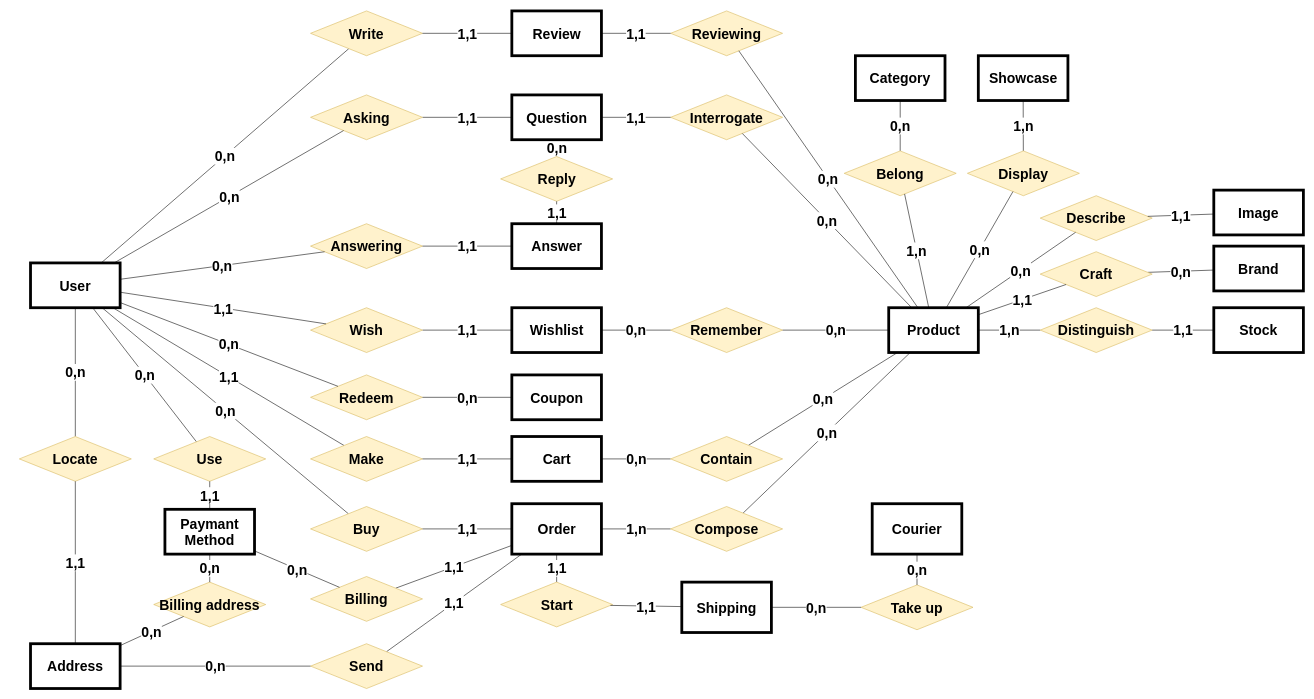
Earlier version of the draw.io diagram Tecnologie del web.drawio (Coccio98/Tecnologie-del-web). Source tidied: cells renumbered, new cells numbered last; positions are measured from the earlier drawing's top-left corner, leaving out a move shared by most shapes. Both pictures are drawn from the tidied source at 56%, with x=0, y=0 at pixel (19, 11).
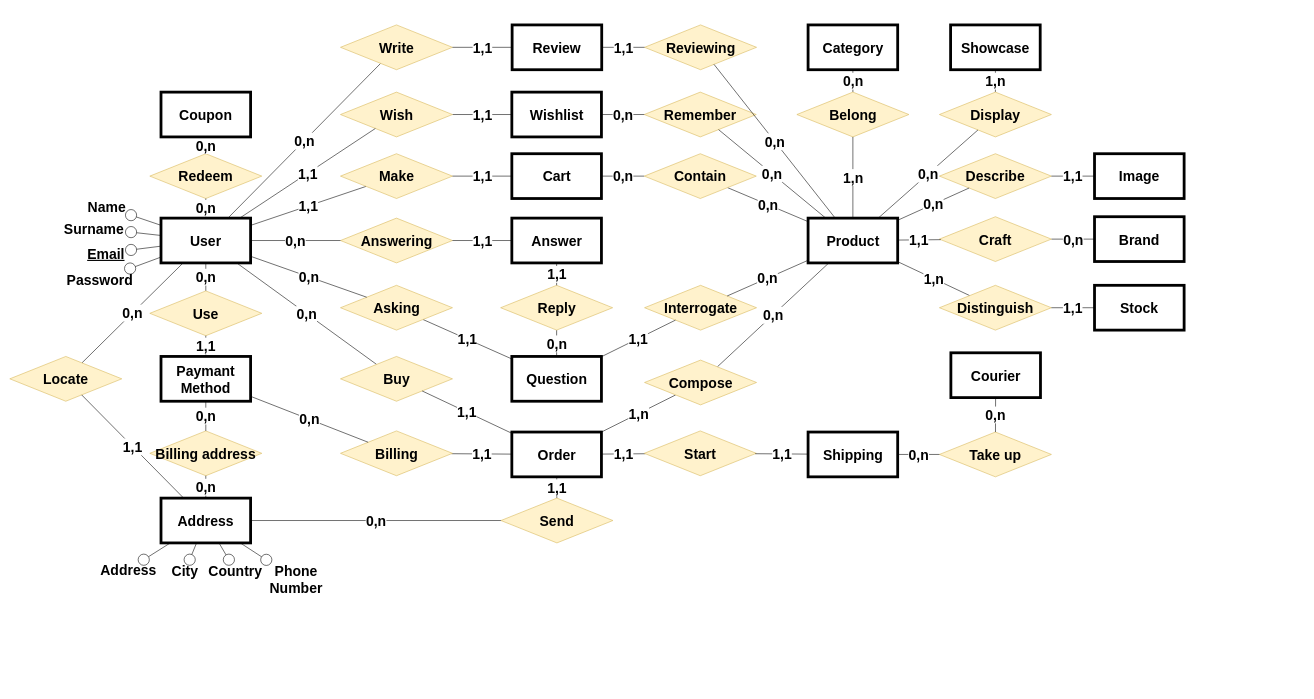
The same page after the edit.

Change to the diagram source:
```diff
@@
     <mxCell id="3" value="Wishlist" style="rounded=0;whiteSpace=wrap;html=1;fontSize=25;fontStyle=1;strokeWidth=5;" parent="1" vertex="1">
-      <mxGeometry x="879.5" y="530" width="160" height="80" as="geometry" />
+      <mxGeometry x="879.5" y="145" width="160" height="80" as="geometry" />
     </mxCell>
@@
     <mxCell id="5" value="Cart" style="rounded=0;whiteSpace=wrap;html=1;fontSize=25;fontStyle=1;strokeWidth=5;" parent="1" vertex="1">
-      <mxGeometry x="879.5" y="760" width="160" height="80" as="geometry" />
+      <mxGeometry x="879.5" y="255" width="160" height="80" as="geometry" />
     </mxCell>
@@
     <mxCell id="21" value="Write" style="rhombus;whiteSpace=wrap;html=1;fontSize=25;fontStyle=1;fillColor=#fff2cc;strokeColor=#d6b656;" parent="1" vertex="1">
-      <mxGeometry x="520" width="200" height="80" as="geometry" />
+      <mxGeometry x="573.5" y="25" width="200" height="80" as="geometry" />
     </mxCell>
     <mxCell id="22" value="Answering" style="rhombus;whiteSpace=wrap;html=1;fontSize=25;fontStyle=1;fillColor=#fff2cc;strokeColor=#d6b656;" parent="1" vertex="1">
-      <mxGeometry x="520" y="380" width="200" height="80" as="geometry" />
+      <mxGeometry x="573.5" y="370" width="200" height="80" as="geometry" />
     </mxCell>
     <mxCell id="23" value="Asking" style="rhombus;whiteSpace=wrap;html=1;fontSize=25;fontStyle=1;fillColor=#fff2cc;strokeColor=#d6b656;" parent="1" vertex="1">
-      <mxGeometry x="520" y="150" width="200" height="80" as="geometry" />
+      <mxGeometry x="573.5" y="490" width="200" height="80" as="geometry" />
     </mxCell>
@@
     <mxCell id="25" value="Reply" style="rhombus;whiteSpace=wrap;html=1;fontSize=25;fontStyle=1;fillColor=#fff2cc;strokeColor=#d6b656;" parent="1" vertex="1">
-      <mxGeometry x="859.5" y="260" width="200" height="80" as="geometry" />
+      <mxGeometry x="859.5" y="490" width="200" height="80" as="geometry" />
     </mxCell>
@@
     <mxCell id="27" value="Wish" style="rhombus;whiteSpace=wrap;html=1;fontSize=25;fontStyle=1;fillColor=#fff2cc;strokeColor=#d6b656;" parent="1" vertex="1">
-      <mxGeometry x="520" y="530" width="200" height="80" as="geometry" />
+      <mxGeometry x="573.5" y="145" width="200" height="80" as="geometry" />
     </mxCell>
     <mxCell id="28" value="Make" style="rhombus;whiteSpace=wrap;html=1;fontSize=25;fontStyle=1;fillColor=#fff2cc;strokeColor=#d6b656;" parent="1" vertex="1">
-      <mxGeometry x="520" y="760" width="200" height="80" as="geometry" />
+      <mxGeometry x="573.5" y="255" width="200" height="80" as="geometry" />
     </mxCell>
@@
     <mxCell id="30" value="Buy" style="rhombus;whiteSpace=wrap;html=1;fontSize=25;fontStyle=1;fillColor=#fff2cc;strokeColor=#d6b656;" parent="1" vertex="1">
-      <mxGeometry x="520" y="885" width="200" height="80" as="geometry" />
+      <mxGeometry x="573.5" y="617" width="200" height="80" as="geometry" />
     </mxCell>
     <mxCell id="31" value="Use" style="rhombus;whiteSpace=wrap;html=1;fontSize=25;fontStyle=1;fillColor=#fff2cc;strokeColor=#d6b656;" parent="1" vertex="1">
-      <mxGeometry x="240" y="760" width="200" height="80" as="geometry" />
+      <mxGeometry x="233" y="500" width="200" height="80" as="geometry" />
     </mxCell>
@@
     <mxCell id="33" value="Billing" style="rhombus;whiteSpace=wrap;html=1;fontSize=25;fontStyle=1;fillColor=#fff2cc;strokeColor=#d6b656;" parent="1" vertex="1">
-      <mxGeometry x="520" y="1010" width="200" height="80" as="geometry" />
+      <mxGeometry x="573.5" y="750" width="200" height="80" as="geometry" />
     </mxCell>
@@
     <mxCell id="35" value="Locate" style="rhombus;whiteSpace=wrap;html=1;fontSize=25;fontStyle=1;fillColor=#fff2cc;strokeColor=#d6b656;" parent="1" vertex="1">
-      <mxGeometry y="760" width="200" height="80" as="geometry" />
+      <mxGeometry x="-17" y="617" width="200" height="80" as="geometry" />
     </mxCell>
     <mxCell id="36" value="Send" style="rhombus;whiteSpace=wrap;html=1;fontSize=25;fontStyle=1;fillColor=#fff2cc;strokeColor=#d6b656;" parent="1" vertex="1">
-      <mxGeometry x="520" y="1130" width="200" height="80" as="geometry" />
+      <mxGeometry x="860" y="870" width="200" height="80" as="geometry" />
     </mxCell>
@@
     <mxCell id="38" value="Start" style="rhombus;whiteSpace=wrap;html=1;fontSize=25;fontStyle=1;fillColor=#fff2cc;strokeColor=#d6b656;" parent="1" vertex="1">
-      <mxGeometry x="859.5" y="1020" width="200" height="80" as="geometry" />
+      <mxGeometry x="1116" y="750" width="200" height="80" as="geometry" />
     </mxCell>
@@
     <mxCell id="40" value="Take up" style="rhombus;whiteSpace=wrap;html=1;fontSize=25;fontStyle=1;fillColor=#fff2cc;strokeColor=#d6b656;" parent="1" vertex="1">
-      <mxGeometry x="1503" y="1025" width="200" height="80" as="geometry" />
+      <mxGeometry x="1643" y="752" width="200" height="80" as="geometry" />
     </mxCell>
@@
     <mxCell id="43" value="Remember" style="rhombus;whiteSpace=wrap;html=1;fontSize=25;fontStyle=1;fillColor=#fff2cc;strokeColor=#d6b656;" parent="1" vertex="1">
-      <mxGeometry x="1163" y="530" width="200" height="80" as="geometry" />
+      <mxGeometry x="1116" y="145" width="200" height="80" as="geometry" />
     </mxCell>
     <mxCell id="44" value="Interrogate" style="rhombus;whiteSpace=wrap;html=1;fontSize=25;fontStyle=1;fillColor=#fff2cc;strokeColor=#d6b656;" parent="1" vertex="1">
-      <mxGeometry x="1163" y="150" width="200" height="80" as="geometry" />
+      <mxGeometry x="1116.5" y="490" width="200" height="80" as="geometry" />
     </mxCell>
     <mxCell id="45" value="Reviewing" style="rhombus;whiteSpace=wrap;html=1;fontSize=25;fontStyle=1;fillColor=#fff2cc;strokeColor=#d6b656;" parent="1" vertex="1">
-      <mxGeometry x="1163" width="200" height="80" as="geometry" />
+      <mxGeometry x="1116.5" y="25" width="200" height="80" as="geometry" />
     </mxCell>
@@
     <mxCell id="47" value="Belong" style="rhombus;whiteSpace=wrap;html=1;fontSize=25;fontStyle=1;fillColor=#fff2cc;strokeColor=#d6b656;" parent="1" vertex="1">
-      <mxGeometry x="1473" y="250" width="200" height="80" as="geometry" />
+      <mxGeometry x="1388.5" y="145" width="200" height="80" as="geometry" />
     </mxCell>
@@
     <mxCell id="49" value="Display" style="rhombus;whiteSpace=wrap;html=1;fontSize=25;fontStyle=1;fillColor=#fff2cc;strokeColor=#d6b656;" parent="1" vertex="1">
-      <mxGeometry x="1693" y="250" width="200" height="80" as="geometry" />
+      <mxGeometry x="1643" y="145" width="200" height="80" as="geometry" />
     </mxCell>
@@
     <mxCell id="51" value="Describe" style="rhombus;whiteSpace=wrap;html=1;fontSize=25;fontStyle=1;fillColor=#fff2cc;strokeColor=#d6b656;" parent="1" vertex="1">
-      <mxGeometry x="1823" y="330" width="200" height="80" as="geometry" />
+      <mxGeometry x="1643" y="255" width="200" height="80" as="geometry" />
     </mxCell>
     <mxCell id="52" value="Craft" style="rhombus;whiteSpace=wrap;html=1;fontSize=25;fontStyle=1;fillColor=#fff2cc;strokeColor=#d6b656;" parent="1" vertex="1">
-      <mxGeometry x="1823" y="430" width="200" height="80" as="geometry" />
+      <mxGeometry x="1643" y="367.5" width="200" height="80" as="geometry" />
     </mxCell>
@@
     <mxCell id="54" value="Redeem" style="rhombus;whiteSpace=wrap;html=1;fontSize=25;fontStyle=1;fillColor=#fff2cc;strokeColor=#d6b656;" parent="1" vertex="1">
-      <mxGeometry x="520" y="650" width="200" height="80" as="geometry" />
+      <mxGeometry x="233" y="255" width="200" height="80" as="geometry" />
     </mxCell>
     <mxCell id="55" value="Distinguish" style="rhombus;whiteSpace=wrap;html=1;fontSize=25;fontStyle=1;fillColor=#fff2cc;strokeColor=#d6b656;" parent="1" vertex="1">
-      <mxGeometry x="1823" y="530" width="200" height="80" as="geometry" />
+      <mxGeometry x="1643" y="490" width="200" height="80" as="geometry" />
     </mxCell>
     <mxCell id="56" value="Billing address" style="rhombus;whiteSpace=wrap;html=1;fontSize=25;fontStyle=1;fillColor=#fff2cc;strokeColor=#d6b656;" parent="1" vertex="1">
-      <mxGeometry x="240" y="1020" width="200" height="80" as="geometry" />
+      <mxGeometry x="233" y="750" width="200" height="80" as="geometry" />
     </mxCell>
@@
     <mxCell id="77" value="User" style="rounded=0;whiteSpace=wrap;html=1;fontSize=25;fontStyle=1;strokeWidth=5;" parent="1" vertex="1">
-      <mxGeometry x="20" y="450" width="160" height="80" as="geometry" />
+      <mxGeometry x="253" y="370" width="160" height="80" as="geometry" />
     </mxCell>
     <mxCell id="78" value="Address" style="rounded=0;whiteSpace=wrap;html=1;fontSize=25;fontStyle=1;strokeWidth=5;" parent="1" vertex="1">
-      <mxGeometry x="20" y="1130" width="160" height="80" as="geometry" />
+      <mxGeometry x="253" y="870" width="160" height="80" as="geometry" />
     </mxCell>
     <mxCell id="79" value="Courier" style="rounded=0;whiteSpace=wrap;html=1;fontSize=25;fontStyle=1;strokeWidth=5;" parent="1" vertex="1">
-      <mxGeometry x="1523" y="880" width="160" height="90" as="geometry" />
+      <mxGeometry x="1663.5" y="610.5" width="160" height="80" as="geometry" />
     </mxCell>
     <mxCell id="80" value="Shipping" style="rounded=0;whiteSpace=wrap;html=1;fontSize=25;fontStyle=1;strokeWidth=5;" parent="1" vertex="1">
-      <mxGeometry x="1183" y="1020" width="160" height="90" as="geometry" />
+      <mxGeometry x="1408.5" y="752" width="160" height="80" as="geometry" />
     </mxCell>
     <mxCell id="81" value="Paymant Method" style="rounded=0;whiteSpace=wrap;html=1;fontSize=25;fontStyle=1;strokeWidth=5;" parent="1" vertex="1">
-      <mxGeometry x="260" y="890" width="160" height="80" as="geometry" />
+      <mxGeometry x="253" y="617" width="160" height="80" as="geometry" />
     </mxCell>
     <mxCell id="82" value="Order" style="rounded=0;whiteSpace=wrap;html=1;fontSize=25;fontStyle=1;strokeWidth=5;" parent="1" vertex="1">
-      <mxGeometry x="879.5" y="880" width="160" height="90" as="geometry" />
+      <mxGeometry x="879.5" y="752" width="160" height="80" as="geometry" />
     </mxCell>
     <mxCell id="83" value="Compose" style="rhombus;whiteSpace=wrap;html=1;fontSize=25;fontStyle=1;fillColor=#fff2cc;strokeColor=#d6b656;" parent="1" vertex="1">
-      <mxGeometry x="1163" y="885" width="200" height="80" as="geometry" />
+      <mxGeometry x="1116.5" y="623.5" width="200" height="80" as="geometry" />
     </mxCell>
     <mxCell id="84" value="Contain" style="rhombus;whiteSpace=wrap;html=1;fontSize=25;fontStyle=1;fillColor=#fff2cc;strokeColor=#d6b656;" parent="1" vertex="1">
-      <mxGeometry x="1163" y="760" width="200" height="80" as="geometry" />
+      <mxGeometry x="1116" y="255" width="200" height="80" as="geometry" />
     </mxCell>
     <mxCell id="85" value="Coupon" style="rounded=0;whiteSpace=wrap;html=1;fontSize=25;fontStyle=1;strokeWidth=5;" parent="1" vertex="1">
-      <mxGeometry x="879.5" y="650" width="160" height="80" as="geometry" />
+      <mxGeometry x="253" y="145" width="160" height="80" as="geometry" />
     </mxCell>
     <mxCell id="86" value="Answer" style="rounded=0;whiteSpace=wrap;html=1;fontSize=25;fontStyle=1;strokeWidth=5;" parent="1" vertex="1">
-      <mxGeometry x="879.5" y="380" width="160" height="80" as="geometry" />
+      <mxGeometry x="879.5" y="370" width="160" height="80" as="geometry" />
     </mxCell>
     <mxCell id="87" value="Question" style="rounded=0;whiteSpace=wrap;html=1;fontSize=25;fontStyle=1;strokeWidth=5;" parent="1" vertex="1">
-      <mxGeometry x="879.5" y="150" width="160" height="80" as="geometry" />
+      <mxGeometry x="879.5" y="617" width="160" height="80" as="geometry" />
     </mxCell>
     <mxCell id="88" value="Review" style="rounded=0;whiteSpace=wrap;html=1;fontSize=25;fontStyle=1;strokeWidth=5;" parent="1" vertex="1">
-      <mxGeometry x="879.5" width="160" height="80" as="geometry" />
+      <mxGeometry x="880" y="25" width="160" height="80" as="geometry" />
     </mxCell>
     <mxCell id="89" value="Product" style="rounded=0;whiteSpace=wrap;html=1;fontSize=25;fontStyle=1;strokeWidth=5;" parent="1" vertex="1">
-      <mxGeometry x="1552.5" y="530" width="160" height="80" as="geometry" />
+      <mxGeometry x="1408.5" y="370" width="160" height="80" as="geometry" />
     </mxCell>
     <mxCell id="90" value="Stock" style="rounded=0;whiteSpace=wrap;html=1;fontSize=25;fontStyle=1;strokeWidth=5;" parent="1" vertex="1">
-      <mxGeometry x="2133" y="530" width="160" height="80" as="geometry" />
+      <mxGeometry x="1920" y="490" width="160" height="80" as="geometry" />
     </mxCell>
     <mxCell id="91" value="Brand" style="rounded=0;whiteSpace=wrap;html=1;fontSize=25;fontStyle=1;strokeWidth=5;" parent="1" vertex="1">
-      <mxGeometry x="2133" y="420" width="160" height="80" as="geometry" />
+      <mxGeometry x="1920" y="367.5" width="160" height="80" as="geometry" />
     </mxCell>
     <mxCell id="92" value="Image" style="rounded=0;whiteSpace=wrap;html=1;fontSize=25;fontStyle=1;strokeWidth=5;" parent="1" vertex="1">
-      <mxGeometry x="2133" y="320" width="160" height="80" as="geometry" />
+      <mxGeometry x="1920" y="255" width="160" height="80" as="geometry" />
     </mxCell>
     <mxCell id="93" value="Showcase" style="rounded=0;whiteSpace=wrap;html=1;fontSize=25;fontStyle=1;strokeWidth=5;" parent="1" vertex="1">
-      <mxGeometry x="1712.5" y="80" width="160" height="80" as="geometry" />
+      <mxGeometry x="1663" y="25" width="160" height="80" as="geometry" />
     </mxCell>
     <mxCell id="94" value="Category" style="rounded=0;whiteSpace=wrap;html=1;fontSize=25;fontStyle=1;strokeWidth=5;" parent="1" vertex="1">
-      <mxGeometry x="1493" y="80" width="160" height="80" as="geometry" />
+      <mxGeometry x="1408.5" y="25" width="160" height="80" as="geometry" />
     </mxCell>
+    <mxCell id="95" value="Name" style="text;html=1;strokeColor=none;fillColor=none;align=center;verticalAlign=middle;whiteSpace=wrap;rounded=0;fontSize=25;fontStyle=1;" parent="1" vertex="1">
+      <mxGeometry x="113" y="325" width="86.5" height="50" as="geometry" />
+    </mxCell>
+    <mxCell id="96" style="endArrow=none;html=1;fontSize=25;startArrow=oval;startFill=0;startSize=20;fontStyle=1;" parent="1" edge="1" source="95" target="77">
+      <mxGeometry relative="1" as="geometry" />
+    </mxCell>
+    <mxCell id="97" value="Surname" style="text;html=1;strokeColor=none;fillColor=none;align=center;verticalAlign=middle;whiteSpace=wrap;rounded=0;fontSize=25;fontStyle=1;" parent="1" vertex="1">
+      <mxGeometry x="66.5" y="367.5" width="133" height="40" as="geometry" />
+    </mxCell>
+    <mxCell id="98" style="endArrow=none;html=1;fontSize=25;startArrow=oval;startFill=0;startSize=20;fontStyle=1;" parent="1" edge="1" source="97" target="77">
+      <mxGeometry relative="1" as="geometry" />
+    </mxCell>
+    <mxCell id="99" value="Email" style="text;html=1;strokeColor=none;fillColor=none;align=center;verticalAlign=middle;whiteSpace=wrap;rounded=0;fontSize=25;fontStyle=5;strokeWidth=1;" parent="1" vertex="1">
+      <mxGeometry x="109.5" y="417.5" width="90" height="30" as="geometry" />
+    </mxCell>
+    <mxCell id="100" style="endArrow=none;html=1;fontSize=25;startArrow=oval;startFill=0;startSize=20;fontStyle=1;" parent="1" edge="1" source="99" target="77">
+      <mxGeometry relative="1" as="geometry" />
+    </mxCell>
+    <mxCell id="101" value="Password" style="text;html=1;strokeColor=none;fillColor=none;align=center;verticalAlign=middle;whiteSpace=wrap;rounded=0;fontSize=25;fontStyle=1;" parent="1" vertex="1">
+      <mxGeometry x="73" y="460" width="141.5" height="40" as="geometry" />
+    </mxCell>
+    <mxCell id="102" style="endArrow=none;html=1;fontSize=25;startArrow=oval;startFill=0;startSize=20;fontStyle=1;" parent="1" edge="1" source="101" target="77">
+      <mxGeometry relative="1" as="geometry" />
+    </mxCell>
+    <mxCell id="103" style="endArrow=none;html=1;fontSize=25;startArrow=oval;startFill=0;startSize=20;fontStyle=1;" parent="1" edge="1" source="106" target="78">
+      <mxGeometry relative="1" as="geometry" />
+    </mxCell>
+    <mxCell id="104" style="endArrow=none;html=1;fontSize=25;startArrow=oval;startFill=0;startSize=20;fontStyle=1;" parent="1" edge="1" source="108" target="78">
+      <mxGeometry relative="1" as="geometry" />
+    </mxCell>
+    <mxCell id="105" style="endArrow=none;html=1;fontSize=25;startArrow=oval;startFill=0;startSize=20;fontStyle=1;" parent="1" edge="1" source="109" target="78">
+      <mxGeometry relative="1" as="geometry" />
+    </mxCell>
+    <mxCell id="106" value="Address" style="text;html=1;strokeColor=none;fillColor=none;align=center;verticalAlign=middle;whiteSpace=wrap;rounded=0;fontSize=25;fontColor=#000000;fontStyle=1;" parent="1" vertex="1">
+      <mxGeometry x="134.5" y="980" width="120" height="35" as="geometry" />
+    </mxCell>
+    <mxCell id="107" style="endArrow=none;html=1;fontSize=25;startArrow=oval;startFill=0;startSize=20;fontStyle=1;" parent="1" edge="1" source="110" target="78">
+      <mxGeometry relative="1" as="geometry" />
+    </mxCell>
+    <mxCell id="108" value="City" style="text;html=1;strokeColor=none;fillColor=none;align=center;verticalAlign=middle;whiteSpace=wrap;rounded=0;fontSize=25;fontColor=#000000;fontStyle=1;" parent="1" vertex="1">
+      <mxGeometry x="261" y="980" width="70" height="40" as="geometry" />
+    </mxCell>
+    <mxCell id="109" value="Country" style="text;html=1;strokeColor=none;fillColor=none;align=center;verticalAlign=middle;whiteSpace=wrap;rounded=0;fontSize=25;fontColor=#000000;fontStyle=1;" parent="1" vertex="1">
+      <mxGeometry x="331" y="980" width="110" height="40" as="geometry" />
+    </mxCell>
+    <mxCell id="110" value="Phone Number" style="text;html=1;strokeColor=none;fillColor=none;align=center;verticalAlign=middle;whiteSpace=wrap;rounded=0;fontSize=25;fontColor=#000000;fontStyle=1;" parent="1" vertex="1">
+      <mxGeometry x="441" y="980" width="107" height="70" as="geometry" />
+    </mxCell>
```
